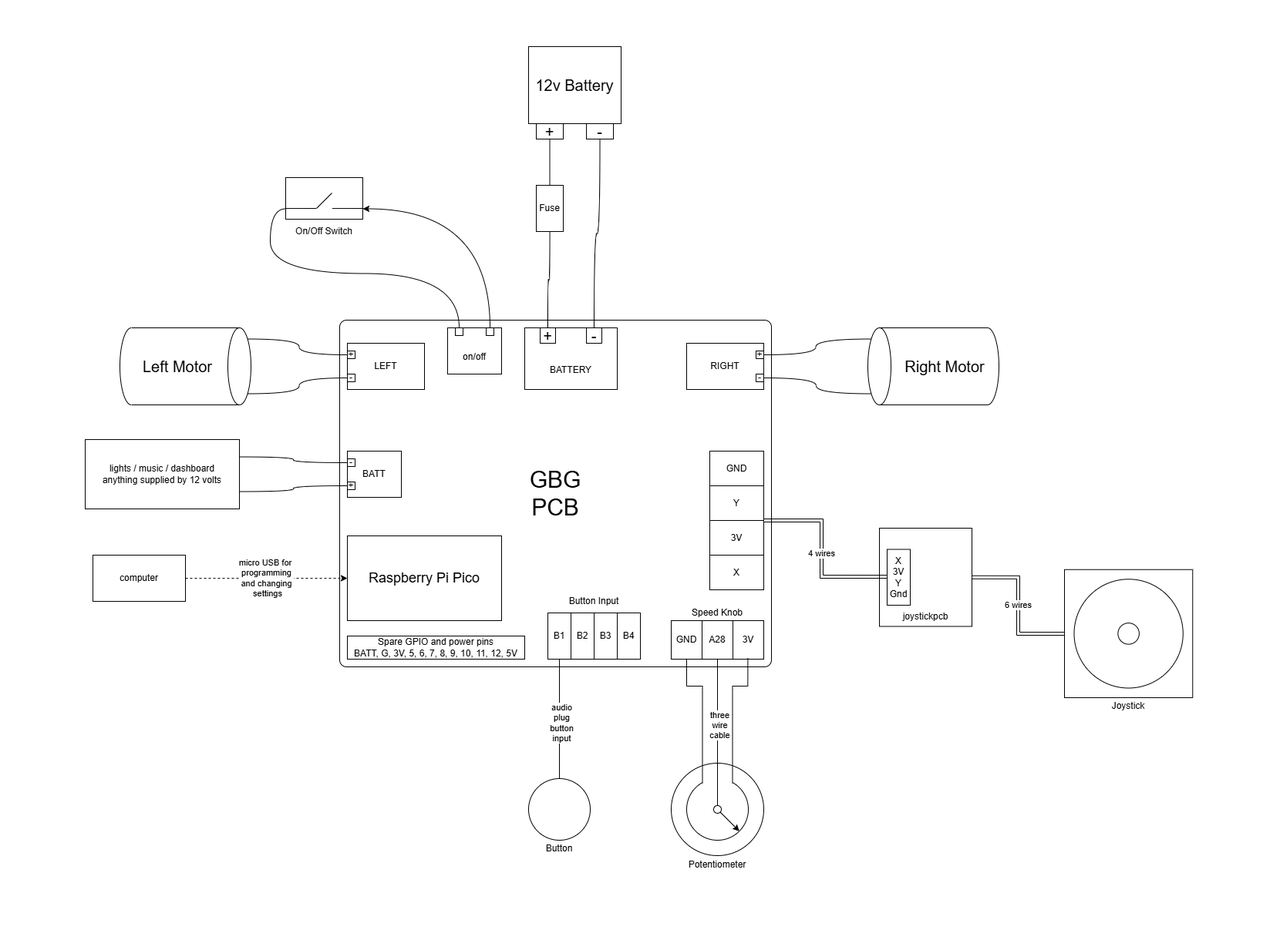
The draw.io diagram docs/instructions/diagrams/circuit_diagram.drawio.png in gobabygocarswithjoysticks/gbg-pcb-2, before a commit. Source tidied: cells renumbered, new cells last; positions are measured from the earlier drawing's top-left corner, leaving out a move shared by most shapes.
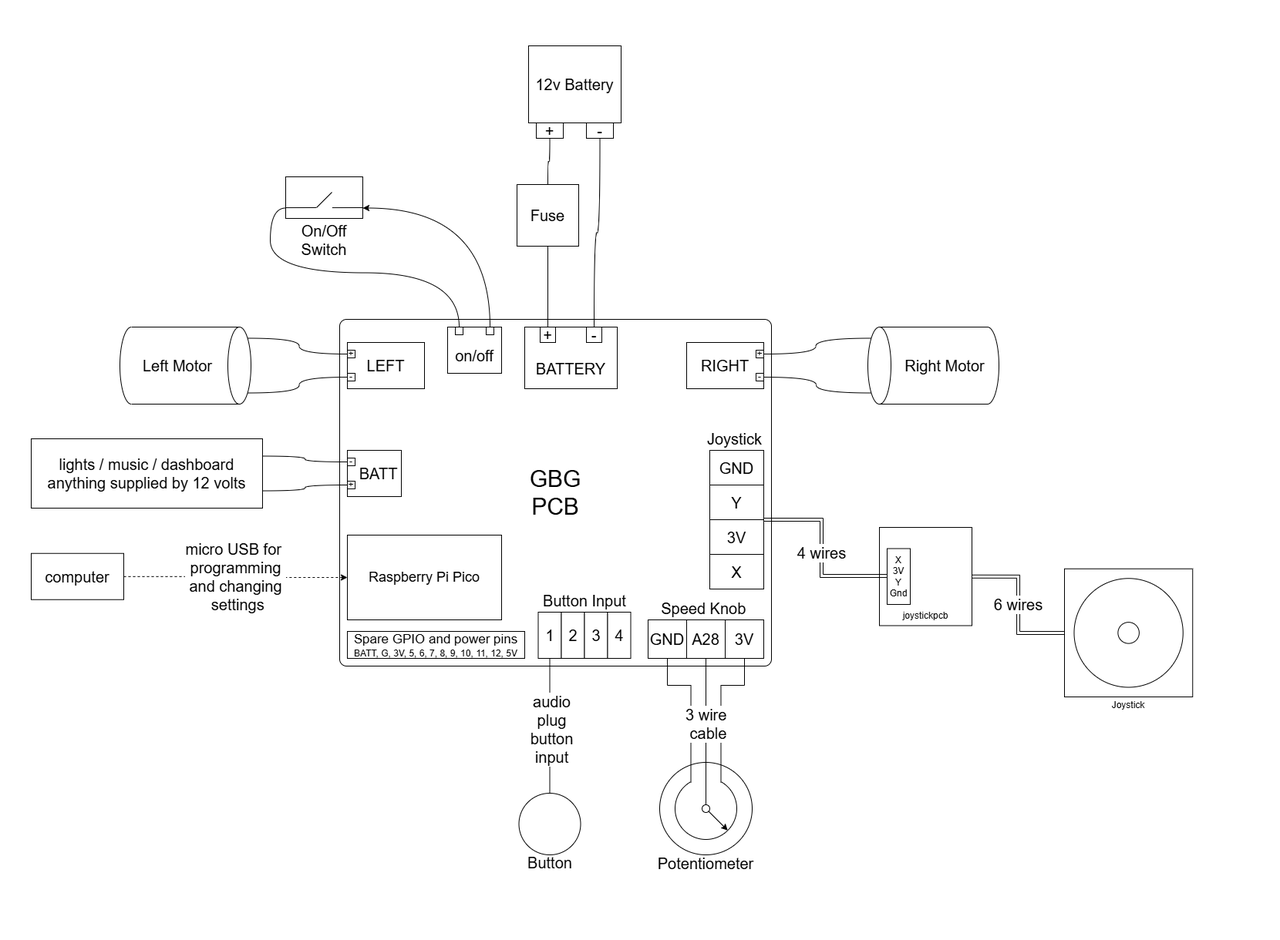
After the change.

The edit, as a diff of the source:
```diff
@@ -13,7 +13,7 @@
     </mxCell>
-    <mxCell id="5" value="micro USB&amp;nbsp;&lt;span style=&quot;background-color: light-dark(#ffffff, var(--ge-dark-color, #121212)); color: light-dark(rgb(0, 0, 0), rgb(255, 255, 255));&quot;&gt;for&amp;nbsp;&lt;/span&gt;&lt;div&gt;&lt;span style=&quot;background-color: light-dark(#ffffff, var(--ge-dark-color, #121212)); color: light-dark(rgb(0, 0, 0), rgb(255, 255, 255));&quot;&gt;programming&lt;/span&gt;&lt;div&gt;and changing&lt;/div&gt;&lt;div&gt;&amp;nbsp;settings&lt;/div&gt;&lt;/div&gt;" style="edgeStyle=orthogonalEdgeStyle;rounded=0;jettySize=auto;html=1;dashed=1;" parent="1" edge="1" source="6" target="4">
+    <mxCell id="5" value="&lt;font style=&quot;font-size: 20px;&quot;&gt;micro USB&amp;nbsp;&lt;span style=&quot;background-color: light-dark(#ffffff, var(--ge-dark-color, #121212)); color: light-dark(rgb(0, 0, 0), rgb(255, 255, 255));&quot;&gt;for&amp;nbsp;&lt;/span&gt;&lt;/font&gt;&lt;div&gt;&lt;span style=&quot;background-color: light-dark(#ffffff, var(--ge-dark-color, #121212)); color: light-dark(rgb(0, 0, 0), rgb(255, 255, 255));&quot;&gt;&lt;font style=&quot;font-size: 20px;&quot;&gt;programming&lt;/font&gt;&lt;/span&gt;&lt;div&gt;&lt;font style=&quot;font-size: 20px;&quot;&gt;and changing&lt;/font&gt;&lt;/div&gt;&lt;div&gt;&lt;font style=&quot;font-size: 20px;&quot;&gt;&amp;nbsp;settings&lt;/font&gt;&lt;/div&gt;&lt;/div&gt;" style="edgeStyle=orthogonalEdgeStyle;rounded=0;jettySize=auto;html=1;dashed=1;" parent="1" edge="1" source="6" target="4">
       <mxGeometry relative="1" as="geometry" />
     </mxCell>
-    <mxCell id="6" value="computer" style="rounded=0;whiteSpace=wrap;html=1;" parent="1" vertex="1">
-      <mxGeometry x="120" y="720" width="120" height="60" as="geometry" />
+    <mxCell id="6" value="&lt;font style=&quot;font-size: 20px;&quot;&gt;computer&lt;/font&gt;" style="rounded=0;whiteSpace=wrap;html=1;" parent="1" vertex="1">
+      <mxGeometry x="40" y="718.8" width="120" height="60" as="geometry" />
     </mxCell>
@@ -22,3 +22,3 @@
     </mxCell>
-    <mxCell id="8" value="LEFT" style="rounded=0;whiteSpace=wrap;html=1;" parent="7" vertex="1">
+    <mxCell id="8" value="&lt;font style=&quot;font-size: 20px;&quot;&gt;LEFT&lt;/font&gt;" style="rounded=0;whiteSpace=wrap;html=1;" parent="7" vertex="1">
       <mxGeometry width="100" height="60" as="geometry" />
@@ -34,3 +34,3 @@
     </mxCell>
-    <mxCell id="12" value="RIGHT" style="rounded=0;whiteSpace=wrap;html=1;" parent="11" vertex="1">
+    <mxCell id="12" value="&lt;font style=&quot;font-size: 20px;&quot;&gt;RIGHT&lt;/font&gt;" style="rounded=0;whiteSpace=wrap;html=1;" parent="11" vertex="1">
       <mxGeometry width="100" height="60" as="geometry" />
@@ -46,3 +46,3 @@
     </mxCell>
-    <mxCell id="16" value="BATT" style="rounded=0;whiteSpace=wrap;html=1;" parent="1" vertex="1">
+    <mxCell id="16" value="&lt;font style=&quot;font-size: 20px;&quot;&gt;&amp;nbsp; BATT&lt;/font&gt;" style="rounded=0;whiteSpace=wrap;html=1;" parent="1" vertex="1">
       <mxGeometry x="450" y="585" width="70" height="60" as="geometry" />
@@ -58,6 +58,6 @@
     </mxCell>
-    <mxCell id="20" value="&lt;div&gt;&lt;br&gt;&lt;/div&gt;&lt;div&gt;&lt;br&gt;&lt;/div&gt;&lt;div&gt;&lt;span style=&quot;background-color: transparent; color: light-dark(rgb(0, 0, 0), rgb(255, 255, 255));&quot;&gt;BATTERY&lt;/span&gt;&lt;/div&gt;" style="rounded=0;whiteSpace=wrap;html=1;" parent="1" vertex="1">
+    <mxCell id="20" value="&lt;div&gt;&lt;br&gt;&lt;/div&gt;&lt;div&gt;&lt;br&gt;&lt;/div&gt;&lt;div&gt;&lt;span style=&quot;background-color: transparent; color: light-dark(rgb(0, 0, 0), rgb(255, 255, 255));&quot;&gt;&lt;font style=&quot;font-size: 20px;&quot;&gt;BATTERY&lt;/font&gt;&lt;/span&gt;&lt;/div&gt;" style="rounded=0;whiteSpace=wrap;html=1;" parent="1" vertex="1">
       <mxGeometry x="680" y="425" width="120" height="80" as="geometry" />
     </mxCell>
-    <mxCell id="21" value="&lt;div&gt;&lt;br&gt;&lt;/div&gt;on/off" style="rounded=0;whiteSpace=wrap;html=1;" parent="1" vertex="1">
+    <mxCell id="21" value="&lt;div&gt;&lt;br&gt;&lt;/div&gt;&lt;font style=&quot;font-size: 20px;&quot;&gt;on/off&lt;/font&gt;" style="rounded=0;whiteSpace=wrap;html=1;" parent="1" vertex="1">
       <mxGeometry x="580" y="425" width="70" height="60" as="geometry" />
@@ -67,9 +67,9 @@
     </mxCell>
-    <mxCell id="23" value="GND" style="rounded=0;whiteSpace=wrap;html=1;" parent="1" vertex="1">
+    <mxCell id="23" value="&lt;font style=&quot;font-size: 20px;&quot;&gt;GND&lt;/font&gt;" style="rounded=0;whiteSpace=wrap;html=1;" parent="1" vertex="1">
       <mxGeometry x="920" y="585" width="70" height="45" as="geometry" />
     </mxCell>
-    <mxCell id="24" value="Y" style="rounded=0;whiteSpace=wrap;html=1;" parent="1" vertex="1">
+    <mxCell id="24" value="&lt;font style=&quot;font-size: 20px;&quot;&gt;Y&lt;/font&gt;" style="rounded=0;whiteSpace=wrap;html=1;" parent="1" vertex="1">
       <mxGeometry x="920" y="630" width="70" height="45" as="geometry" />
     </mxCell>
-    <mxCell id="25" value="4 wires" style="edgeStyle=orthogonalEdgeStyle;rounded=0;jettySize=auto;html=1;exitX=1;exitY=0;exitDx=0;exitDy=0;entryX=0.079;entryY=0.49;entryDx=0;entryDy=0;entryPerimeter=0;shape=link;" parent="1" edge="1" source="26" target="64">
+    <mxCell id="25" value="&lt;font style=&quot;font-size: 20px;&quot;&gt;4 wires&lt;/font&gt;" style="edgeStyle=orthogonalEdgeStyle;rounded=0;jettySize=auto;html=1;exitX=1;exitY=0;exitDx=0;exitDy=0;entryX=0.079;entryY=0.49;entryDx=0;entryDy=0;entryPerimeter=0;shape=link;" parent="1" edge="1" source="26" target="64">
       <mxGeometry relative="1" as="geometry">
@@ -81,37 +81,37 @@
     </mxCell>
-    <mxCell id="26" value="3V" style="rounded=0;whiteSpace=wrap;html=1;" parent="1" vertex="1">
+    <mxCell id="26" value="&lt;font style=&quot;font-size: 20px;&quot;&gt;3V&lt;/font&gt;" style="rounded=0;whiteSpace=wrap;html=1;" parent="1" vertex="1">
       <mxGeometry x="920" y="675" width="70" height="45" as="geometry" />
     </mxCell>
-    <mxCell id="27" value="X" style="rounded=0;whiteSpace=wrap;html=1;" parent="1" vertex="1">
+    <mxCell id="27" value="&lt;font style=&quot;font-size: 20px;&quot;&gt;X&lt;/font&gt;" style="rounded=0;whiteSpace=wrap;html=1;" parent="1" vertex="1">
       <mxGeometry x="920" y="720" width="70" height="45" as="geometry" />
     </mxCell>
-    <mxCell id="28" value="GND" style="rounded=0;whiteSpace=wrap;html=1;" parent="1" vertex="1">
-      <mxGeometry x="870" y="805" width="40" height="50" as="geometry" />
+    <mxCell id="28" value="&lt;font style=&quot;font-size: 20px;&quot;&gt;GND&lt;/font&gt;" style="rounded=0;whiteSpace=wrap;html=1;" parent="1" vertex="1">
+      <mxGeometry x="840" y="805" width="50" height="50" as="geometry" />
     </mxCell>
-    <mxCell id="29" value="A28" style="rounded=0;whiteSpace=wrap;html=1;" parent="1" vertex="1">
-      <mxGeometry x="910" y="805" width="40" height="50" as="geometry" />
+    <mxCell id="29" value="&lt;font style=&quot;font-size: 20px;&quot;&gt;A28&lt;/font&gt;" style="rounded=0;whiteSpace=wrap;html=1;" parent="1" vertex="1">
+      <mxGeometry x="890" y="805" width="50" height="50" as="geometry" />
     </mxCell>
-    <mxCell id="30" value="3V" style="rounded=0;whiteSpace=wrap;html=1;" parent="1" vertex="1">
-      <mxGeometry x="950" y="805" width="40" height="50" as="geometry" />
+    <mxCell id="30" value="&lt;font style=&quot;font-size: 20px;&quot;&gt;3V&lt;/font&gt;" style="rounded=0;whiteSpace=wrap;html=1;" parent="1" vertex="1">
+      <mxGeometry x="940" y="805" width="50" height="50" as="geometry" />
     </mxCell>
-    <mxCell id="31" value="B1" style="rounded=0;whiteSpace=wrap;html=1;" parent="1" vertex="1">
-      <mxGeometry x="710" y="795" width="30" height="60" as="geometry" />
+    <mxCell id="31" value="&lt;font style=&quot;font-size: 20px;&quot;&gt;1&lt;/font&gt;" style="rounded=0;whiteSpace=wrap;html=1;" parent="1" vertex="1">
+      <mxGeometry x="697.5" y="795" width="30" height="60" as="geometry" />
     </mxCell>
-    <mxCell id="32" value="B2" style="rounded=0;whiteSpace=wrap;html=1;" parent="1" vertex="1">
-      <mxGeometry x="740" y="795" width="30" height="60" as="geometry" />
+    <mxCell id="32" value="&lt;font style=&quot;font-size: 20px;&quot;&gt;2&lt;/font&gt;" style="rounded=0;whiteSpace=wrap;html=1;" parent="1" vertex="1">
+      <mxGeometry x="727.5" y="795" width="30" height="60" as="geometry" />
     </mxCell>
-    <mxCell id="33" value="B3" style="rounded=0;whiteSpace=wrap;html=1;" parent="1" vertex="1">
-      <mxGeometry x="770" y="795" width="30" height="60" as="geometry" />
+    <mxCell id="33" value="&lt;font style=&quot;font-size: 20px;&quot;&gt;3&lt;/font&gt;" style="rounded=0;whiteSpace=wrap;html=1;" parent="1" vertex="1">
+      <mxGeometry x="757.5" y="795" width="30" height="60" as="geometry" />
     </mxCell>
-    <mxCell id="34" value="B4" style="rounded=0;whiteSpace=wrap;html=1;" parent="1" vertex="1">
-      <mxGeometry x="800" y="795" width="30" height="60" as="geometry" />
+    <mxCell id="34" value="&lt;font style=&quot;font-size: 20px;&quot;&gt;4&lt;/font&gt;" style="rounded=0;whiteSpace=wrap;html=1;" parent="1" vertex="1">
+      <mxGeometry x="787.5" y="795" width="30" height="60" as="geometry" />
     </mxCell>
-    <mxCell id="35" value="Spare GPIO and power pins&lt;div&gt;BATT, G, 3V, 5, 6, 7, 8, 9, 10, 11, 12, 5V&lt;/div&gt;" style="rounded=0;whiteSpace=wrap;html=1;" parent="1" vertex="1">
-      <mxGeometry x="450" y="825" width="230" height="30" as="geometry" />
+    <mxCell id="35" value="&lt;font style=&quot;font-size: 17px;&quot;&gt;Spare GPIO and power pins&lt;/font&gt;&lt;div&gt;BATT, G, 3V, 5, 6, 7, 8, 9, 10, 11, 12, 5V&lt;/div&gt;" style="rounded=0;whiteSpace=wrap;html=1;" parent="1" vertex="1">
+      <mxGeometry x="450" y="820" width="230" height="35" as="geometry" />
     </mxCell>
-    <mxCell id="36" value="Button Input" style="rounded=0;whiteSpace=wrap;html=1;strokeColor=none;fillColor=none;" parent="1" vertex="1">
-      <mxGeometry x="710" y="765" width="120" height="30" as="geometry" />
+    <mxCell id="36" value="&lt;font style=&quot;font-size: 20px;&quot;&gt;Button Input&lt;/font&gt;" style="rounded=0;whiteSpace=wrap;html=1;strokeColor=none;fillColor=none;" parent="1" vertex="1">
+      <mxGeometry x="697.5" y="765" width="120" height="30" as="geometry" />
     </mxCell>
-    <mxCell id="37" value="Speed Knob" style="rounded=0;whiteSpace=wrap;html=1;strokeColor=none;fillColor=none;" parent="1" vertex="1">
-      <mxGeometry x="870" y="780" width="120" height="30" as="geometry" />
+    <mxCell id="37" value="&lt;font style=&quot;font-size: 20px;&quot;&gt;Speed Knob&amp;nbsp;&lt;/font&gt;" style="rounded=0;whiteSpace=wrap;html=1;strokeColor=none;fillColor=none;" parent="1" vertex="1">
+      <mxGeometry x="855" y="775" width="120" height="30" as="geometry" />
     </mxCell>
@@ -158,16 +158,16 @@
     </mxCell>
-    <mxCell id="50" value="&lt;div&gt;&lt;br&gt;&lt;/div&gt;&lt;div&gt;&lt;br&gt;&lt;/div&gt;&lt;div&gt;&lt;br&gt;&lt;/div&gt;&lt;div&gt;&lt;br&gt;&lt;/div&gt;&lt;div&gt;&lt;br&gt;&lt;/div&gt;&lt;div&gt;&lt;br&gt;&lt;/div&gt;&lt;div&gt;&lt;br&gt;&lt;/div&gt;&lt;div&gt;&lt;br&gt;&lt;/div&gt;&lt;div&gt;&lt;br&gt;&lt;/div&gt;&lt;div&gt;&lt;br&gt;&lt;/div&gt;&lt;div&gt;&lt;span style=&quot;background-color: transparent; color: light-dark(rgb(0, 0, 0), rgb(255, 255, 255));&quot;&gt;Potentiometer&lt;/span&gt;&lt;/div&gt;" style="ellipse;whiteSpace=wrap;html=1;" parent="1" vertex="1">
-      <mxGeometry x="870" y="990" width="120" height="120" as="geometry" />
+    <mxCell id="50" value="&lt;div&gt;&lt;br&gt;&lt;/div&gt;&lt;div&gt;&lt;br&gt;&lt;/div&gt;&lt;div&gt;&lt;br&gt;&lt;/div&gt;&lt;div&gt;&lt;br&gt;&lt;/div&gt;&lt;div&gt;&lt;br&gt;&lt;/div&gt;&lt;div&gt;&lt;br&gt;&lt;/div&gt;&lt;div&gt;&lt;br&gt;&lt;/div&gt;&lt;div&gt;&lt;br&gt;&lt;/div&gt;&lt;div&gt;&lt;br&gt;&lt;/div&gt;&lt;div&gt;&lt;br&gt;&lt;/div&gt;&lt;div&gt;&lt;span style=&quot;background-color: transparent; color: light-dark(rgb(0, 0, 0), rgb(255, 255, 255));&quot;&gt;&lt;font style=&quot;font-size: 20px;&quot;&gt;Potentiometer&lt;/font&gt;&lt;/span&gt;&lt;/div&gt;" style="ellipse;whiteSpace=wrap;html=1;" parent="1" vertex="1">
+      <mxGeometry x="855" y="990" width="120" height="120" as="geometry" />
     </mxCell>
     <mxCell id="51" style="ellipse;whiteSpace=wrap;html=1;rotation=0;" parent="1" vertex="1">
-      <mxGeometry x="890" y="1010" width="80" height="80" as="geometry" />
+      <mxGeometry x="875" y="1010" width="80" height="80" as="geometry" />
     </mxCell>
     <mxCell id="52" style="rounded=0;whiteSpace=wrap;html=1;strokeColor=none;" parent="1" vertex="1">
-      <mxGeometry x="910" y="1000" width="40" height="30" as="geometry" />
+      <mxGeometry x="895" y="1000" width="40" height="30" as="geometry" />
     </mxCell>
-    <mxCell id="53" style="edgeStyle=orthogonalEdgeStyle;rounded=0;jettySize=auto;html=1;exitX=0.75;exitY=0;exitDx=0;exitDy=0;entryX=0.485;entryY=0.975;entryDx=0;entryDy=0;entryPerimeter=0;endArrow=none;startFill=0;" parent="1" edge="1" source="55" target="30">
+    <mxCell id="53" style="edgeStyle=orthogonalEdgeStyle;rounded=0;jettySize=auto;html=1;exitX=0.75;exitY=0;exitDx=0;exitDy=0;endArrow=none;startFill=0;entryX=0.5;entryY=1;entryDx=0;entryDy=0;" parent="1" edge="1" source="55" target="30">
       <mxGeometry relative="1" as="geometry">
         <Array as="points">
-          <mxPoint x="950" y="890" />
-          <mxPoint x="969" y="890" />
+          <mxPoint x="934" y="890" />
+          <mxPoint x="965" y="890" />
         </Array>
@@ -175,7 +175,7 @@
     </mxCell>
-    <mxCell id="54" style="edgeStyle=orthogonalEdgeStyle;rounded=0;jettySize=auto;html=1;exitX=0.25;exitY=0;exitDx=0;exitDy=0;endArrow=none;startFill=0;" parent="1" edge="1" source="55" target="28">
+    <mxCell id="54" style="edgeStyle=orthogonalEdgeStyle;rounded=0;jettySize=auto;html=1;exitX=0.25;exitY=0;exitDx=0;exitDy=0;endArrow=none;startFill=0;entryX=0.5;entryY=1;entryDx=0;entryDy=0;" parent="1" edge="1" source="55" target="28">
       <mxGeometry relative="1" as="geometry">
         <Array as="points">
-          <mxPoint x="911" y="890" />
-          <mxPoint x="890" y="890" />
+          <mxPoint x="896" y="890" />
+          <mxPoint x="865" y="890" />
         </Array>
@@ -184,3 +184,3 @@
     <mxCell id="55" style="rounded=0;whiteSpace=wrap;html=1;strokeColor=none;fillColor=none;" parent="1" vertex="1">
-      <mxGeometry x="891" y="1016" width="78" height="30" as="geometry" />
+      <mxGeometry x="876" y="1016" width="78" height="30" as="geometry" />
     </mxCell>
@@ -192,3 +192,3 @@
     </mxCell>
-    <mxCell id="58" value="three&lt;div&gt;wire&lt;/div&gt;&lt;div&gt;cable&lt;/div&gt;" style="edgeLabel;html=1;align=center;verticalAlign=middle;" parent="57" vertex="1">
+    <mxCell id="58" value="&lt;font style=&quot;font-size: 20px;&quot;&gt;3 wire&amp;nbsp;&lt;/font&gt;&lt;div&gt;&lt;font style=&quot;font-size: 20px;&quot;&gt;cable&lt;/font&gt;&lt;/div&gt;" style="edgeLabel;html=1;align=center;verticalAlign=middle;" parent="57" vertex="1">
       <mxGeometry x="0.11" y="-2" relative="1" as="geometry" />
@@ -196,3 +196,3 @@
     <mxCell id="59" style="ellipse;whiteSpace=wrap;html=1;" parent="1" vertex="1">
-      <mxGeometry x="925" y="1045" width="10" height="10" as="geometry" />
+      <mxGeometry x="910" y="1045" width="10" height="10" as="geometry" />
     </mxCell>
@@ -201,7 +201,7 @@
     </mxCell>
-    <mxCell id="61" value="audio&lt;div&gt;plug&lt;/div&gt;&lt;div&gt;button&lt;/div&gt;&lt;div&gt;input&lt;/div&gt;" style="edgeLabel;html=1;align=center;verticalAlign=middle;" parent="60" vertex="1">
+    <mxCell id="61" value="&lt;font style=&quot;font-size: 20px;&quot;&gt;audio&lt;/font&gt;&lt;div&gt;&lt;font style=&quot;font-size: 20px;&quot;&gt;plug&lt;/font&gt;&lt;/div&gt;&lt;div&gt;&lt;font style=&quot;font-size: 20px;&quot;&gt;button&lt;/font&gt;&lt;/div&gt;&lt;div&gt;&lt;font style=&quot;font-size: 20px;&quot;&gt;input&lt;/font&gt;&lt;/div&gt;" style="edgeLabel;html=1;align=center;verticalAlign=middle;" parent="60" vertex="1">
       <mxGeometry x="-0.05" y="-2" relative="1" as="geometry" />
     </mxCell>
-    <mxCell id="62" value="&lt;div&gt;&lt;br&gt;&lt;/div&gt;&lt;div&gt;&lt;br&gt;&lt;/div&gt;&lt;div&gt;&lt;br&gt;&lt;/div&gt;&lt;div&gt;&lt;br&gt;&lt;/div&gt;&lt;div&gt;&lt;br&gt;&lt;/div&gt;&lt;div&gt;&lt;br&gt;&lt;/div&gt;&lt;div&gt;&lt;br&gt;&lt;/div&gt;Button" style="ellipse;whiteSpace=wrap;html=1;" parent="1" vertex="1">
-      <mxGeometry x="685" y="1010" width="80" height="80" as="geometry" />
+    <mxCell id="62" value="&lt;div&gt;&lt;br&gt;&lt;/div&gt;&lt;div&gt;&lt;br&gt;&lt;/div&gt;&lt;div&gt;&lt;br&gt;&lt;/div&gt;&lt;div&gt;&lt;br&gt;&lt;/div&gt;&lt;div&gt;&lt;br&gt;&lt;/div&gt;&lt;div&gt;&lt;br&gt;&lt;/div&gt;&lt;div&gt;&lt;br&gt;&lt;/div&gt;&lt;font style=&quot;font-size: 20px;&quot;&gt;Button&lt;/font&gt;" style="ellipse;whiteSpace=wrap;html=1;" parent="1" vertex="1">
+      <mxGeometry x="672.5" y="1030" width="80" height="80" as="geometry" />
     </mxCell>
@@ -213,3 +213,3 @@
     </mxCell>
-    <mxCell id="65" value="6 wires" style="edgeStyle=orthogonalEdgeStyle;rounded=0;jettySize=auto;html=1;entryX=1;entryY=0.5;entryDx=0;entryDy=0;endArrow=none;startFill=0;shape=link;" parent="1" edge="1" source="66" target="2">
+    <mxCell id="65" value="&lt;font style=&quot;font-size: 20px;&quot;&gt;6 wires&lt;/font&gt;" style="edgeStyle=orthogonalEdgeStyle;rounded=0;jettySize=auto;html=1;entryX=1;entryY=0.5;entryDx=0;entryDy=0;endArrow=none;startFill=0;shape=link;" parent="1" edge="1" source="66" target="2">
       <mxGeometry relative="1" as="geometry" />
@@ -231,3 +231,3 @@
     </mxCell>
-    <mxCell id="71" value="&lt;div&gt;&lt;br&gt;&lt;/div&gt;&lt;div&gt;&lt;br&gt;&lt;/div&gt;&lt;div&gt;&lt;br&gt;&lt;/div&gt;&lt;div&gt;&lt;br&gt;&lt;/div&gt;&lt;div&gt;&lt;br&gt;&lt;/div&gt;&lt;div&gt;&lt;br&gt;&lt;/div&gt;On/Off S&lt;span style=&quot;background-color: transparent; color: light-dark(rgb(0, 0, 0), rgb(255, 255, 255));&quot;&gt;witch&lt;/span&gt;" style="rounded=0;whiteSpace=wrap;html=1;" parent="1" vertex="1">
+    <mxCell id="71" value="&lt;div&gt;&lt;br&gt;&lt;/div&gt;&lt;div&gt;&lt;br&gt;&lt;/div&gt;&lt;div&gt;&lt;br&gt;&lt;/div&gt;&lt;div&gt;&lt;br&gt;&lt;/div&gt;&lt;div&gt;&lt;br&gt;&lt;/div&gt;&lt;div&gt;&lt;br&gt;&lt;/div&gt;&lt;font style=&quot;font-size: 20px;&quot;&gt;&lt;div&gt;&lt;font style=&quot;font-size: 20px;&quot;&gt;&lt;br&gt;&lt;/font&gt;&lt;/div&gt;On/Off S&lt;span style=&quot;background-color: transparent; color: light-dark(rgb(0, 0, 0), rgb(255, 255, 255));&quot;&gt;witch&lt;/span&gt;&lt;/font&gt;" style="rounded=0;whiteSpace=wrap;html=1;" parent="1" vertex="1">
       <mxGeometry x="370" y="230" width="100" height="54" as="geometry" />
@@ -270,4 +270,4 @@
     </mxCell>
-    <mxCell id="81" value="Fuse" style="rounded=0;whiteSpace=wrap;html=1;" parent="1" vertex="1">
-      <mxGeometry x="695" y="240" width="35" height="60" as="geometry" />
+    <mxCell id="81" value="&lt;font style=&quot;font-size: 20px;&quot;&gt;Fuse&lt;/font&gt;" style="rounded=0;whiteSpace=wrap;html=1;" parent="1" vertex="1">
+      <mxGeometry x="670" y="240" width="80" height="80" as="geometry" />
     </mxCell>
@@ -279,5 +279,8 @@
     </mxCell>
-    <mxCell id="84" value="lights / music / dashboard&lt;div&gt;anything supplied by 12 volts&lt;/div&gt;" style="rounded=0;whiteSpace=wrap;html=1;" parent="1" vertex="1">
-      <mxGeometry x="110" y="570" width="200" height="90" as="geometry" />
+    <mxCell id="84" value="&lt;font style=&quot;font-size: 20px;&quot;&gt;lights / music / dashboard&lt;/font&gt;&lt;div&gt;&lt;font style=&quot;font-size: 20px;&quot;&gt;anything supplied by 12 volts&lt;/font&gt;&lt;/div&gt;" style="rounded=0;whiteSpace=wrap;html=1;" parent="1" vertex="1">
+      <mxGeometry x="40" y="570" width="300" height="90" as="geometry" />
     </mxCell>
+    <mxCell id="85" value="&lt;font style=&quot;font-size: 20px;&quot;&gt;Joystick&lt;/font&gt;" style="rounded=0;whiteSpace=wrap;html=1;strokeColor=none;fillColor=none;" parent="1" vertex="1">
+      <mxGeometry x="910" y="555" width="85" height="30" as="geometry" />
+    </mxCell>
   </root>
```
